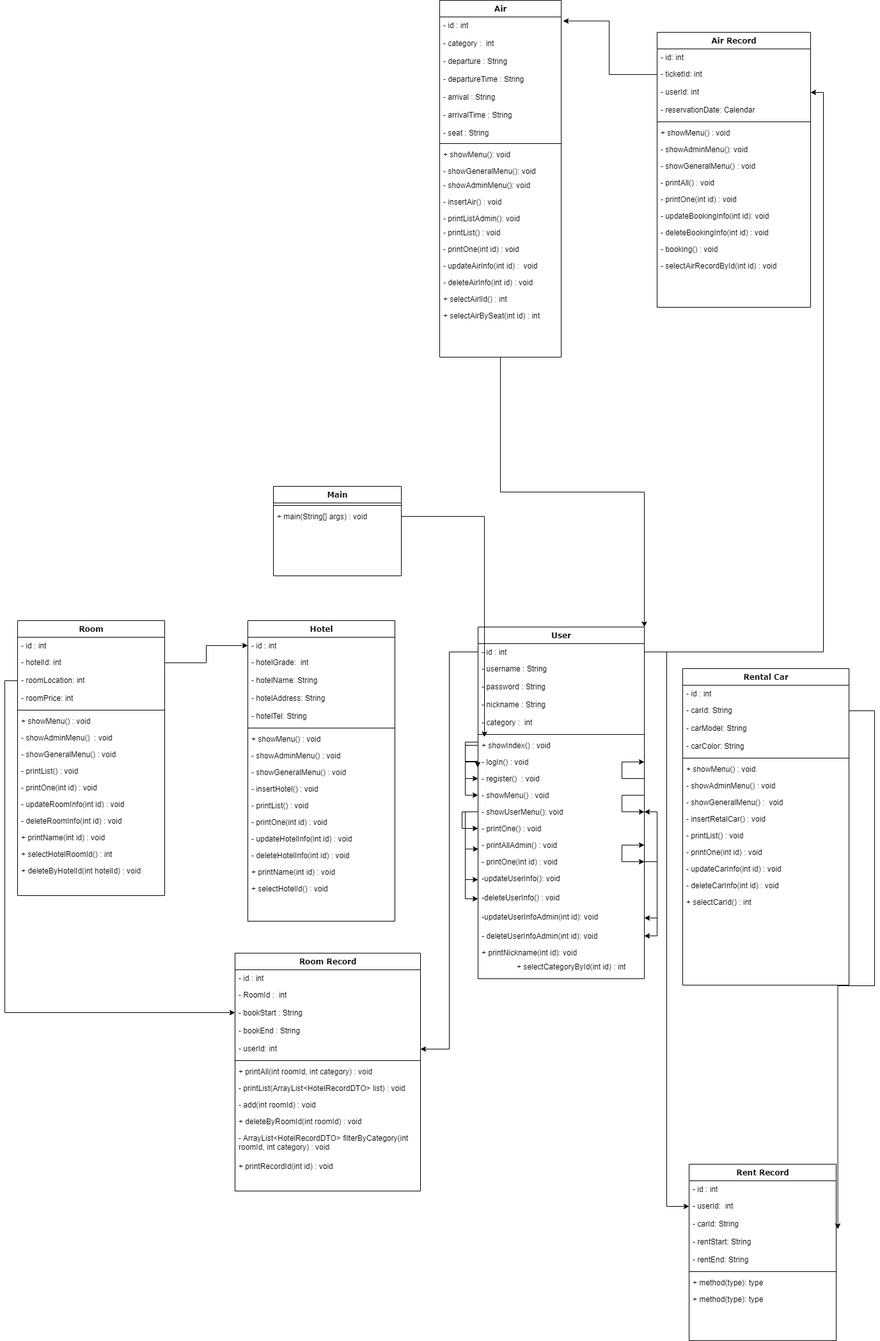
yunheeversal/Study keeps this draw.io diagram as TravelProject/제목 없는 다이어그램의 복사본.drawio.png. Above is the earlier version. Source tidied: cells renumbered, new cells last; positions are measured from the earlier drawing's top-left corner, leaving out a move shared by most shapes.
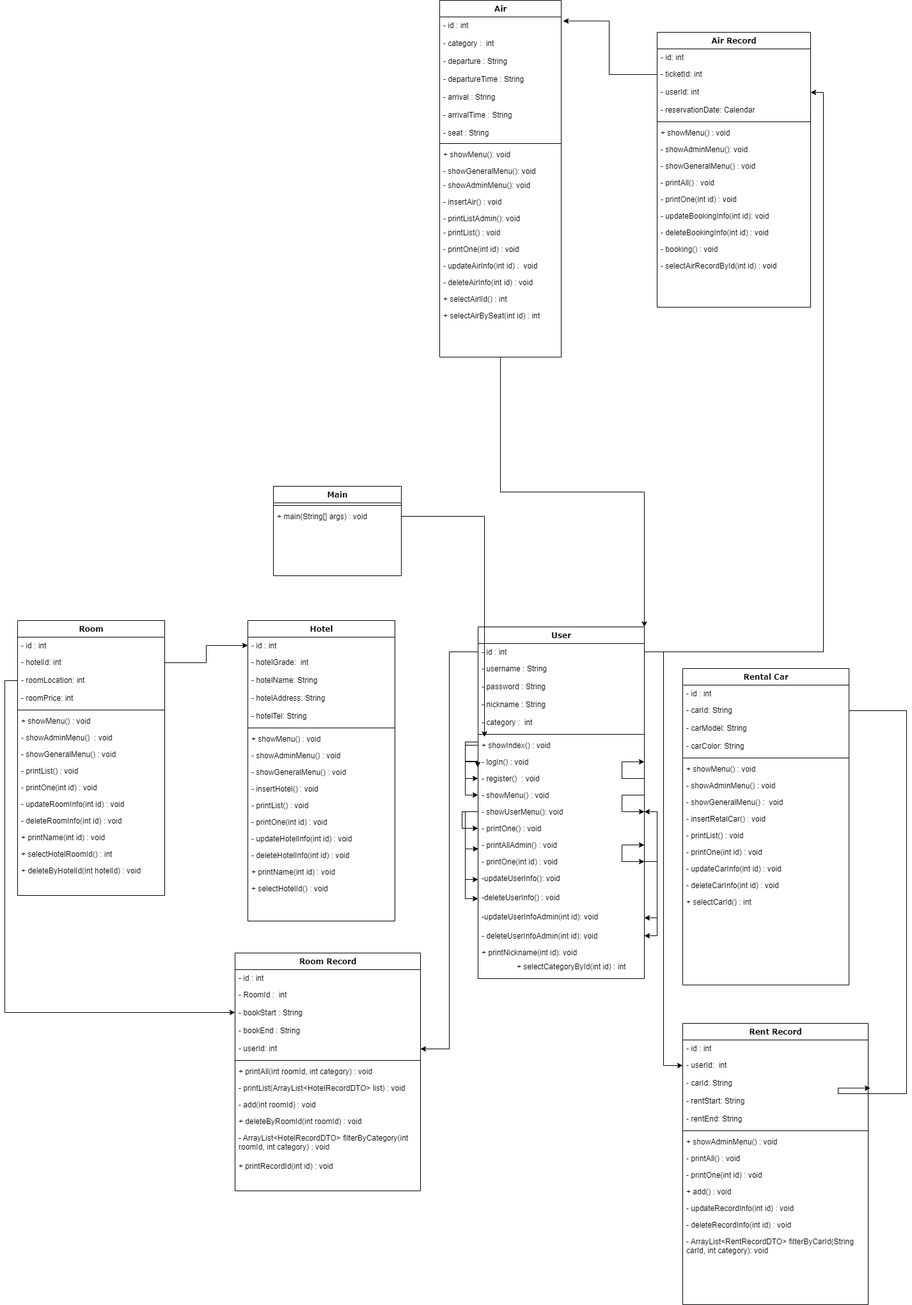
The same diagram one commit later.

Commit message:
제목 없는 다이어그램의 복사본.drawio.png 업데이트

Diff of the diagram source:
```diff
@@ -274,32 +274,50 @@
       <mxGeometry y="378" width="230" height="26" as="geometry" />
     </mxCell>
     <mxCell id="82" value="Rent Record" style="swimlane;html=1;fontStyle=1;align=center;verticalAlign=top;horizontal=1;startSize=26;swimlaneFillColor=#ffffff;rounded=0;shadow=0;comic=0;labelBackgroundColor=none;strokeWidth=1;fillColor=none;fontFamily=Verdana;fontSize=12;" parent="1" vertex="1">
-      <mxGeometry x="1050" y="1820" width="230" height="276" as="geometry" />
+      <mxGeometry x="1040" y="1600" width="290" height="440" as="geometry" />
     </mxCell>
     <mxCell id="83" value="- id : int" style="text;html=1;strokeColor=none;fillColor=none;align=left;verticalAlign=top;spacingLeft=4;spacingRight=4;whiteSpace=wrap;overflow=hidden;" parent="82" vertex="1">
-      <mxGeometry y="26" width="230" height="26" as="geometry" />
+      <mxGeometry y="26" width="290" height="26" as="geometry" />
     </mxCell>
     <mxCell id="84" value="- userId:&amp;nbsp; int" style="text;html=1;strokeColor=none;fillColor=none;align=left;verticalAlign=top;spacingLeft=4;spacingRight=4;whiteSpace=wrap;overflow=hidden;points=[[0,0.5],[1,0.5]];portConstraint=eastwest;" parent="82" vertex="1">
-      <mxGeometry y="52" width="230" height="28" as="geometry" />
+      <mxGeometry y="52" width="290" height="28" as="geometry" />
     </mxCell>
     <mxCell id="85" value="- carId:&amp;nbsp;String&lt;span&gt;&lt;/span&gt;" style="text;html=1;strokeColor=none;fillColor=none;align=left;verticalAlign=top;spacingLeft=4;spacingRight=4;whiteSpace=wrap;overflow=hidden;points=[[0,0.5],[1,0.5]];portConstraint=eastwest;" parent="82" vertex="1">
-      <mxGeometry y="80" width="230" height="28" as="geometry" />
+      <mxGeometry y="80" width="290" height="28" as="geometry" />
     </mxCell>
     <mxCell id="86" value="- rentStart:&amp;nbsp;String" style="text;html=1;strokeColor=none;fillColor=none;align=left;verticalAlign=top;spacingLeft=4;spacingRight=4;whiteSpace=wrap;overflow=hidden;" parent="82" vertex="1">
-      <mxGeometry y="108" width="230" height="28" as="geometry" />
+      <mxGeometry y="108" width="290" height="28" as="geometry" />
     </mxCell>
     <mxCell id="87" value="- rentEnd:&amp;nbsp;String&lt;br&gt;" style="text;html=1;strokeColor=none;fillColor=none;align=left;verticalAlign=top;spacingLeft=4;spacingRight=4;whiteSpace=wrap;overflow=hidden;" parent="82" vertex="1">
-      <mxGeometry y="136" width="230" height="28" as="geometry" />
+      <mxGeometry y="136" width="290" height="28" as="geometry" />
     </mxCell>
     <mxCell id="88" style="line;html=1;strokeWidth=1;fillColor=none;align=left;verticalAlign=middle;spacingTop=-1;spacingLeft=3;spacingRight=3;labelPosition=right;" parent="82" vertex="1">
-      <mxGeometry y="164" width="230" height="8" as="geometry" />
+      <mxGeometry y="164" width="290" height="8" as="geometry" />
     </mxCell>
-    <mxCell id="89" value="+ method(type): type" style="text;html=1;strokeColor=none;fillColor=none;align=left;verticalAlign=top;spacingLeft=4;spacingRight=4;whiteSpace=wrap;overflow=hidden;" parent="82" vertex="1">
-      <mxGeometry y="172" width="230" height="26" as="geometry" />
+    <mxCell id="89" value="+ showAdminMenu() : void" style="text;html=1;strokeColor=none;fillColor=none;align=left;verticalAlign=top;spacingLeft=4;spacingRight=4;whiteSpace=wrap;overflow=hidden;" parent="82" vertex="1">
+      <mxGeometry y="172" width="290" height="26" as="geometry" />
     </mxCell>
-    <mxCell id="90" value="+ method(type): type" style="text;html=1;strokeColor=none;fillColor=none;align=left;verticalAlign=top;spacingLeft=4;spacingRight=4;whiteSpace=wrap;overflow=hidden;" parent="82" vertex="1">
-      <mxGeometry y="198" width="230" height="26" as="geometry" />
+    <mxCell id="90" value="-&amp;nbsp;printAll() : void" style="text;html=1;strokeColor=none;fillColor=none;align=left;verticalAlign=top;spacingLeft=4;spacingRight=4;whiteSpace=wrap;overflow=hidden;" parent="82" vertex="1">
+      <mxGeometry y="198" width="290" height="26" as="geometry" />
     </mxCell>
+    <mxCell id="161" value="-&amp;nbsp;printOne(int id) : void" style="text;html=1;strokeColor=none;fillColor=none;align=left;verticalAlign=top;spacingLeft=4;spacingRight=4;whiteSpace=wrap;overflow=hidden;" parent="82" vertex="1">
+      <mxGeometry y="224" width="290" height="26" as="geometry" />
+    </mxCell>
+    <mxCell id="162" value="+&amp;nbsp;add() : void" style="text;html=1;strokeColor=none;fillColor=none;align=left;verticalAlign=top;spacingLeft=4;spacingRight=4;whiteSpace=wrap;overflow=hidden;" parent="82" vertex="1">
+      <mxGeometry y="250" width="290" height="26" as="geometry" />
+    </mxCell>
+    <mxCell id="163" value="-&amp;nbsp;updateRecordInfo(int id) : void" style="text;html=1;strokeColor=none;fillColor=none;align=left;verticalAlign=top;spacingLeft=4;spacingRight=4;whiteSpace=wrap;overflow=hidden;" parent="82" vertex="1">
+      <mxGeometry y="276" width="290" height="26" as="geometry" />
+    </mxCell>
+    <mxCell id="164" value="-&amp;nbsp;deleteRecordInfo(int id) : void" style="text;html=1;strokeColor=none;fillColor=none;align=left;verticalAlign=top;spacingLeft=4;spacingRight=4;whiteSpace=wrap;overflow=hidden;" parent="82" vertex="1">
+      <mxGeometry y="302" width="290" height="26" as="geometry" />
+    </mxCell>
+    <mxCell id="165" value="-&amp;nbsp;ArrayList&amp;lt;RentRecordDTO&amp;gt; filterByCarId(String carId, int category): void&amp;nbsp;" style="text;html=1;strokeColor=none;fillColor=none;align=left;verticalAlign=top;spacingLeft=4;spacingRight=4;whiteSpace=wrap;overflow=hidden;" parent="82" vertex="1">
+      <mxGeometry y="328" width="290" height="52" as="geometry" />
+    </mxCell>
+    <mxCell id="166" style="text;html=1;strokeColor=none;fillColor=none;align=left;verticalAlign=top;spacingLeft=4;spacingRight=4;whiteSpace=wrap;overflow=hidden;" parent="82" vertex="1">
+      <mxGeometry y="380" width="290" height="26" as="geometry" />
+    </mxCell>
     <mxCell id="91" value="Rental Car" style="swimlane;html=1;fontStyle=1;align=center;verticalAlign=top;horizontal=1;startSize=26;swimlaneFillColor=#ffffff;rounded=0;shadow=0;comic=0;labelBackgroundColor=none;strokeWidth=1;fillColor=none;fontFamily=Verdana;fontSize=12;" parent="1" vertex="1">
       <mxGeometry x="1040" y="1045" width="260" height="495" as="geometry" />
     </mxCell>
@@ -498,8 +516,9 @@
     <mxCell id="156" style="edgeStyle=orthogonalEdgeStyle;rounded=0;jettySize=auto;html=1;exitX=1;exitY=0.5;exitDx=0;exitDy=0;entryX=1.011;entryY=0.761;entryDx=0;entryDy=0;entryPerimeter=0;" parent="1" edge="1" source="93" target="85">
       <mxGeometry relative="1" as="geometry">
         <Array as="points">
-          <mxPoint x="1340" y="1111" />
-          <mxPoint x="1340" y="1541" />
+          <mxPoint x="1390" y="1111" />
+          <mxPoint x="1390" y="1710" />
+          <mxPoint x="1283" y="1710" />
         </Array>
       </mxGeometry>
     </mxCell>
```
